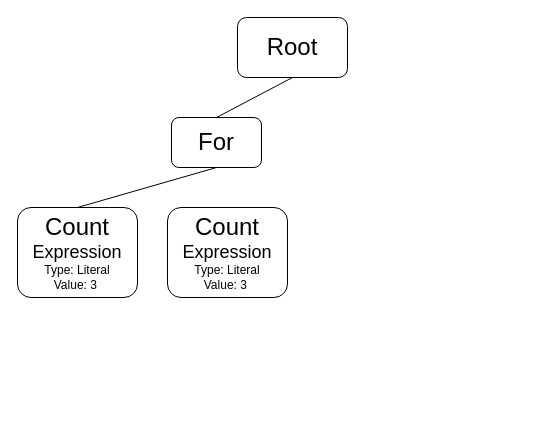
This is catfishbot-2.drawio from october1234/draw.io, a draw.io file, before an edit. Source tidied: cells renumbered, new cells numbered last; positions are measured from the earlier drawing's top-left corner, leaving out a move shared by most shapes. Both pictures are drawn from the tidied source at 100%, with x=0, y=0 at pixel (17, 17).
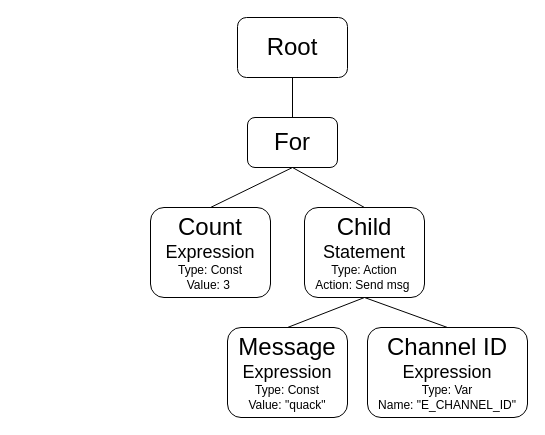
Above is the later version.

What changed in the source:
```diff
@@
 <mxGraphModel>
   <root>
     <mxCell id="0" />
     <mxCell id="1" parent="0" />
     <mxCell id="2" value="&lt;font style=&quot;font-size: 24px;&quot;&gt;Root&lt;/font&gt;" style="rounded=1;whiteSpace=wrap;html=1;" parent="1" vertex="1">
       <mxGeometry x="220" width="110" height="60" as="geometry" />
     </mxCell>
     <mxCell id="3" value="&lt;font style=&quot;font-size: 24px;&quot;&gt;For&lt;/font&gt;" style="rounded=1;whiteSpace=wrap;html=1;" parent="1" vertex="1">
-      <mxGeometry x="154" y="100" width="90" height="50" as="geometry" />
+      <mxGeometry x="230" y="100" width="90" height="50" as="geometry" />
     </mxCell>
     <mxCell id="4" style="endArrow=none;html=1;rounded=0;entryX=0.5;entryY=1;entryDx=0;entryDy=0;exitX=0.5;exitY=0;exitDx=0;exitDy=0;" parent="1" edge="1" source="3" target="2">
       <mxGeometry relative="1" as="geometry" />
     </mxCell>
-    <mxCell id="5" value="&lt;font style=&quot;font-size: 24px;&quot;&gt;Count&lt;/font&gt;&lt;div&gt;&lt;font style=&quot;font-size: 18px;&quot;&gt;Expression&lt;br&gt;&lt;/font&gt;&lt;div&gt;&lt;span style=&quot;background-color: initial;&quot;&gt;Type: Literal&lt;/span&gt;&lt;/div&gt;&lt;div&gt;&lt;span style=&quot;background-color: initial;&quot;&gt;Value: 3&amp;nbsp;&lt;/span&gt;&lt;/div&gt;&lt;/div&gt;" style="rounded=1;whiteSpace=wrap;html=1;" parent="1" vertex="1">
-      <mxGeometry y="190" width="120" height="90" as="geometry" />
+    <mxCell id="5" value="&lt;font style=&quot;font-size: 24px;&quot;&gt;Count&lt;/font&gt;&lt;div&gt;&lt;font style=&quot;font-size: 18px;&quot;&gt;Expression&lt;br&gt;&lt;/font&gt;&lt;div&gt;&lt;span style=&quot;background-color: initial;&quot;&gt;Type: Const&lt;/span&gt;&lt;/div&gt;&lt;div&gt;&lt;span style=&quot;background-color: initial;&quot;&gt;Value: 3&amp;nbsp;&lt;/span&gt;&lt;/div&gt;&lt;/div&gt;" style="rounded=1;whiteSpace=wrap;html=1;" parent="1" vertex="1">
+      <mxGeometry x="133" y="190" width="120" height="90" as="geometry" />
     </mxCell>
     <mxCell id="6" style="endArrow=none;html=1;rounded=0;exitX=0.5;exitY=0;exitDx=0;exitDy=0;entryX=0.5;entryY=1;entryDx=0;entryDy=0;" parent="1" edge="1" source="5" target="3">
       <mxGeometry relative="1" as="geometry" />
     </mxCell>
-    <mxCell id="7" value="&lt;font style=&quot;font-size: 24px;&quot;&gt;Count&lt;/font&gt;&lt;div&gt;&lt;font style=&quot;font-size: 18px;&quot;&gt;Expression&lt;br&gt;&lt;/font&gt;&lt;div&gt;&lt;span style=&quot;background-color: initial;&quot;&gt;Type: Literal&lt;/span&gt;&lt;/div&gt;&lt;div&gt;&lt;span style=&quot;background-color: initial;&quot;&gt;Value: 3&amp;nbsp;&lt;/span&gt;&lt;/div&gt;&lt;/div&gt;" style="rounded=1;whiteSpace=wrap;html=1;" parent="1" vertex="1">
-      <mxGeometry x="150" y="190" width="120" height="90" as="geometry" />
+    <mxCell id="7" value="&lt;div&gt;&lt;font style=&quot;font-size: 24px;&quot;&gt;Child&lt;/font&gt;&lt;/div&gt;&lt;div&gt;&lt;font style=&quot;font-size: 18px;&quot;&gt;Statement&lt;br&gt;&lt;/font&gt;&lt;div&gt;&lt;span style=&quot;background-color: initial;&quot;&gt;Type: Action&lt;/span&gt;&lt;/div&gt;&lt;div&gt;&lt;span style=&quot;background-color: initial;&quot;&gt;Action: Send msg&lt;/span&gt;&lt;span style=&quot;background-color: initial;&quot;&gt;&amp;nbsp;&lt;/span&gt;&lt;/div&gt;&lt;/div&gt;" style="rounded=1;whiteSpace=wrap;html=1;" parent="1" vertex="1">
+      <mxGeometry x="287" y="190" width="120" height="90" as="geometry" />
     </mxCell>
+    <mxCell id="8" style="endArrow=none;html=1;rounded=0;entryX=0.5;entryY=1;entryDx=0;entryDy=0;exitX=0.5;exitY=0;exitDx=0;exitDy=0;" parent="1" edge="1" source="7" target="3">
+      <mxGeometry relative="1" as="geometry" />
+    </mxCell>
+    <mxCell id="9" value="&lt;div&gt;&lt;span style=&quot;font-size: 24px;&quot;&gt;Message&lt;/span&gt;&lt;/div&gt;&lt;div&gt;&lt;font style=&quot;font-size: 18px;&quot;&gt;Expression&lt;br&gt;&lt;/font&gt;&lt;div&gt;&lt;span style=&quot;background-color: initial;&quot;&gt;Type: Const&lt;/span&gt;&lt;/div&gt;&lt;div&gt;Value: &quot;quack&quot;&lt;/div&gt;&lt;/div&gt;" style="rounded=1;whiteSpace=wrap;html=1;" parent="1" vertex="1">
+      <mxGeometry x="210" y="310" width="120" height="90" as="geometry" />
+    </mxCell>
+    <mxCell id="10" style="endArrow=none;html=1;rounded=0;entryX=0.5;entryY=1;entryDx=0;entryDy=0;exitX=0.5;exitY=0;exitDx=0;exitDy=0;" parent="1" edge="1" source="9" target="7">
+      <mxGeometry relative="1" as="geometry" />
+    </mxCell>
+    <mxCell id="11" value="&lt;div&gt;&lt;span style=&quot;font-size: 24px;&quot;&gt;Channel ID&lt;/span&gt;&lt;/div&gt;&lt;div&gt;&lt;font style=&quot;font-size: 18px;&quot;&gt;Expression&lt;br&gt;&lt;/font&gt;&lt;div&gt;&lt;span style=&quot;background-color: initial;&quot;&gt;Type: Var&lt;/span&gt;&lt;/div&gt;&lt;div&gt;Name: &quot;E_CHANNEL_ID&quot;&lt;/div&gt;&lt;/div&gt;" style="rounded=1;whiteSpace=wrap;html=1;" parent="1" vertex="1">
+      <mxGeometry x="350" y="310" width="160" height="90" as="geometry" />
+    </mxCell>
+    <mxCell id="12" style="endArrow=none;html=1;rounded=0;entryX=0.5;entryY=1;entryDx=0;entryDy=0;exitX=0.5;exitY=0;exitDx=0;exitDy=0;" parent="1" edge="1" source="11" target="7">
+      <mxGeometry relative="1" as="geometry" />
+    </mxCell>
   </root>
 </mxGraphModel>
```
